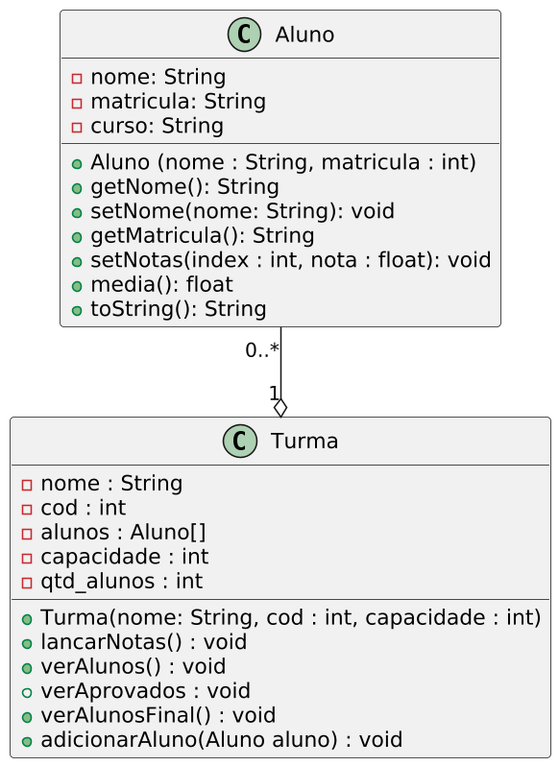
Earlier version of the PlantUML export atividade01/diagrama.png (gabrielraulino/monitoria-poo). Its diagram source:
```plantuml
@startuml
skinparam defaultFontName Hasklig
skinparam dpi 150

class Aluno{
  - nome: String
  - matricula: String
  - curso: String
  __
  + Aluno (nome : String, matricula : int)
  + getNome(): String
  + setNome(nome: String): void
  + getMatricula(): String
  + setNotas(index : int, nota : float): void
  + media(): float
  + toString(): String
}

class Turma{
  - nome : String
  - cod : int
  - alunos : Aluno[]
  - capacidade : int
  - qtd_alunos : int
  __
  + Turma(nome: String, cod : int, capacidade : int)
  + lancarNotas() : void
  + verAlunos() : void
  + verAprovados : void
  + verAlunosFinal() : void
  + adicionarAluno(Aluno aluno) : void
}

Aluno "0..*" --o "1"Turma
@enduml
```
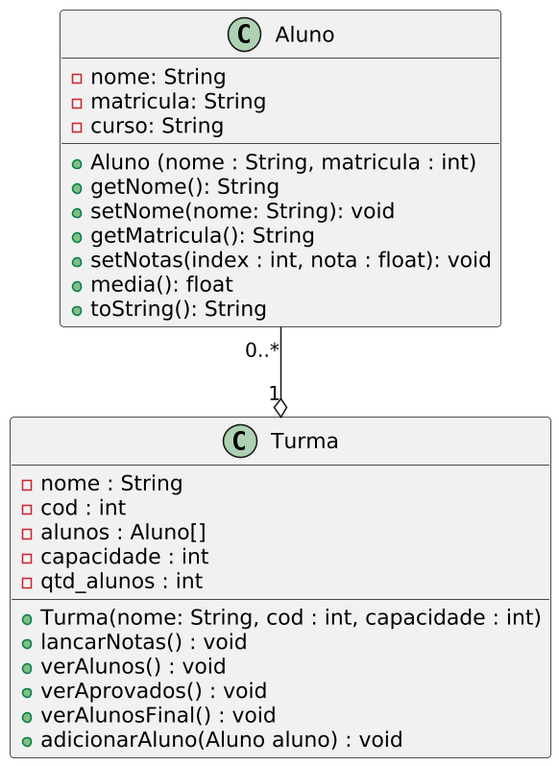
The same diagram one commit later.

Commit message:
docs: otimização enunciados

What changed in the source:
```diff
@@ -26,10 +26,9 @@
   + Turma(nome: String, cod : int, capacidade : int)
   + lancarNotas() : void
   + verAlunos() : void
-  + verAprovados : void
+  + verAprovados() : void
   + verAlunosFinal() : void
   + adicionarAluno(Aluno aluno) : void
 }
-
-Aluno "0..*" --o "1"Turma
+  Aluno "0..*" --o "1"Turma
 @enduml
```
